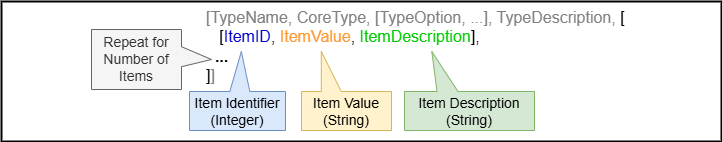
oasis-tcs/openc2-jadn-im keeps this draw.io diagram as images/JADN-with-items-json.drawio.png. Above is the earlier version. Source tidied: cells renumbered, new cells last; positions are measured from the earlier drawing's top-left corner, leaving out a move shared by most shapes.
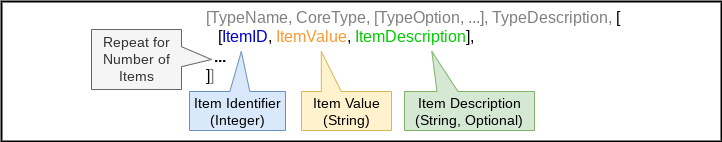
Later version of the same file.

Commit message:
Update Figs 3-4, 3-5 w/optionality info

The edit, as a diff of the source:
```diff
@@ -21,7 +21,7 @@
     <mxCell id="8" value="Item Identifier &lt;br&gt;(Integer)" style="shape=callout;whiteSpace=wrap;html=1;perimeter=calloutPerimeter;fontSize=14;fillColor=#dae8fc;strokeColor=#6c8ebf;flipV=1;size=40;position=0.42;position2=0.54;" parent="4" vertex="1">
       <mxGeometry x="98" y="22" width="96" height="79" as="geometry" />
     </mxCell>
-    <mxCell id="9" value="Item Description (String)" style="shape=callout;whiteSpace=wrap;html=1;perimeter=calloutPerimeter;fontSize=14;fillColor=#d5e8d4;strokeColor=#82b366;flipV=1;size=40;position=0.25;base=21;position2=0.21;" parent="4" vertex="1">
+    <mxCell id="9" value="Item Description (String, Optional)" style="shape=callout;whiteSpace=wrap;html=1;perimeter=calloutPerimeter;fontSize=14;fillColor=#d5e8d4;strokeColor=#82b366;flipV=1;size=40;position=0.25;base=21;position2=0.21;" parent="4" vertex="1">
       <mxGeometry x="313" y="22" width="130" height="79" as="geometry" />
     </mxCell>
   </root>
```
